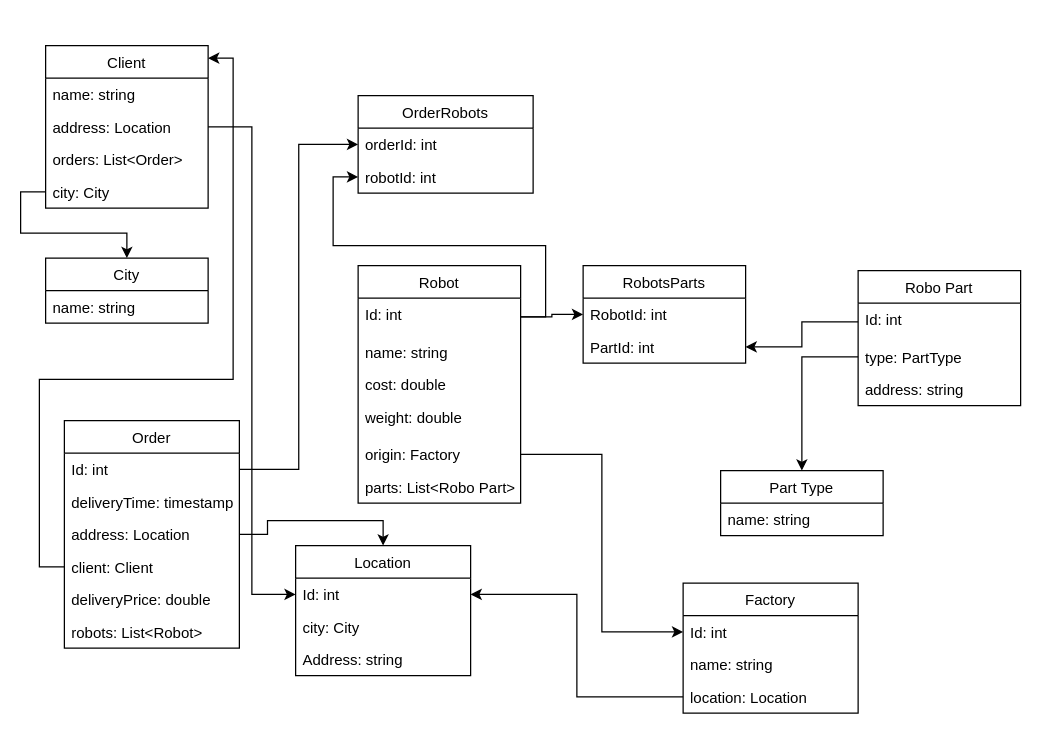
Earlier version of the draw.io diagram Entity Diagram.drawio (Bl4ck-C4t/Robot-factory). Source tidied: cells renumbered, new cells numbered last; positions are measured from the earlier drawing's top-left corner, leaving out a move shared by most shapes. Both pictures are drawn from the tidied source at 125%, with x=0, y=0 at pixel (45, 45).
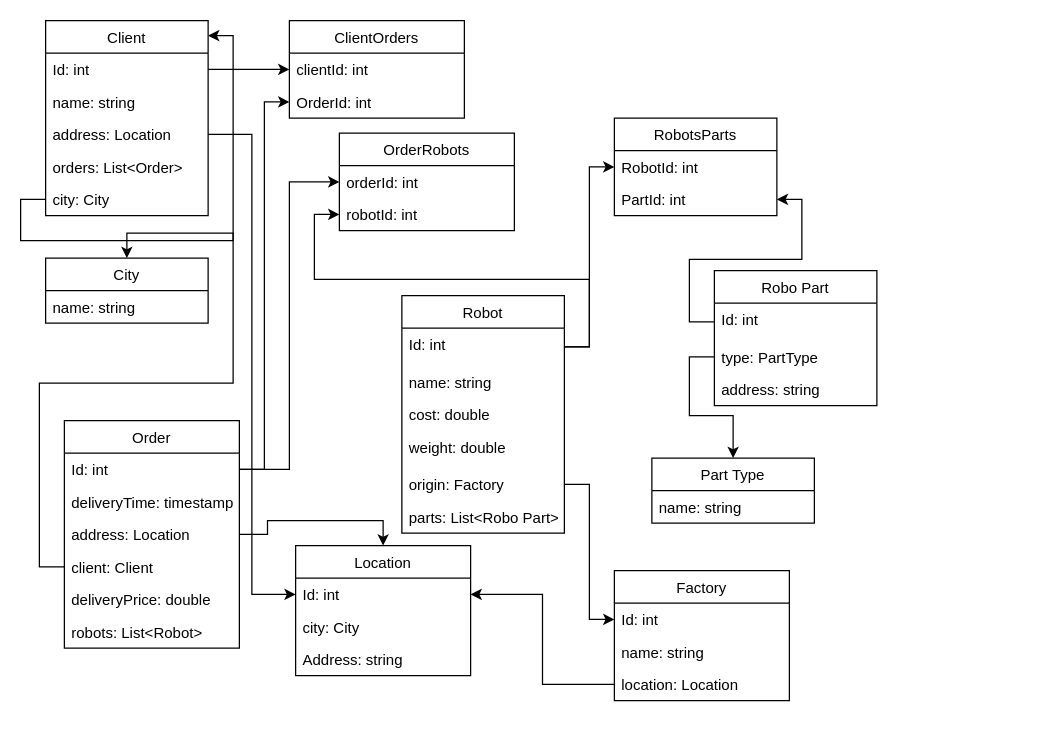
The same page after the edit.

Commit message:
Added Client Orders to diagram

The change refers to these unchanged cells:
```xml
<mxCell id="36" value="Id: int" style="text;strokeColor=none;fillColor=none;align=left;verticalAlign=top;spacingLeft=4;spacingRight=4;overflow=hidden;points=[[0,0.5],[1,0.5]];portConstraint=eastwest;" parent="35" vertex="1">
  <mxGeometry y="26" width="140" height="26" as="geometry" />
</mxCell>
```

What changed in the source:
```diff
@@
     <mxCell id="2" value="Robo Part" style="swimlane;fontStyle=0;horizontal=1;startSize=26;fillColor=none;" parent="1" vertex="1">
-      <mxGeometry x="650" y="180" width="130" height="108" as="geometry" />
+      <mxGeometry x="535" y="180" width="130" height="108" as="geometry" />
     </mxCell>
@@
     <mxCell id="6" value="Robot" style="swimlane;fontStyle=0;horizontal=1;startSize=26;fillColor=none;" parent="1" vertex="1">
-      <mxGeometry x="250" y="176" width="130" height="190" as="geometry" />
+      <mxGeometry x="285" y="200" width="130" height="190" as="geometry" />
     </mxCell>
@@
     <mxCell id="13" value="Client" style="swimlane;fontStyle=0;horizontal=1;startSize=26;fillColor=none;" parent="1" vertex="1">
-      <mxGeometry width="130" height="130" as="geometry" />
+      <mxGeometry y="-20" width="130" height="156" as="geometry" />
     </mxCell>
+    <mxCell id="54" value="Id: int" style="text;strokeColor=none;fillColor=none;align=left;verticalAlign=top;spacingLeft=4;spacingRight=4;overflow=hidden;points=[[0,0.5],[1,0.5]];portConstraint=eastwest;" parent="13" vertex="1">
+      <mxGeometry y="26" width="130" height="26" as="geometry" />
+    </mxCell>
     <mxCell id="14" value="name: string&#10;" style="text;strokeColor=none;fillColor=none;align=left;verticalAlign=top;spacingLeft=4;spacingRight=4;overflow=hidden;" parent="13" vertex="1">
-      <mxGeometry y="26" width="130" height="26" as="geometry" />
+      <mxGeometry y="52" width="130" height="26" as="geometry" />
     </mxCell>
     <mxCell id="15" value="address: Location" style="text;strokeColor=none;fillColor=none;align=left;verticalAlign=top;spacingLeft=4;spacingRight=4;overflow=hidden;points=[[0,0.5],[1,0.5]];portConstraint=eastwest;" parent="13" vertex="1">
-      <mxGeometry y="52" width="130" height="26" as="geometry" />
+      <mxGeometry y="78" width="130" height="26" as="geometry" />
     </mxCell>
     <mxCell id="16" value="orders: List&lt;Order&gt;" style="text;strokeColor=none;fillColor=none;align=left;verticalAlign=top;spacingLeft=4;spacingRight=4;overflow=hidden;" parent="13" vertex="1">
-      <mxGeometry y="78" width="130" height="26" as="geometry" />
+      <mxGeometry y="104" width="130" height="26" as="geometry" />
     </mxCell>
     <mxCell id="17" value="city: City" style="text;strokeColor=none;fillColor=none;align=left;verticalAlign=top;spacingLeft=4;spacingRight=4;overflow=hidden;points=[[0,0.5],[1,0.5]];portConstraint=eastwest;" parent="13" vertex="1">
-      <mxGeometry y="104" width="130" height="26" as="geometry" />
+      <mxGeometry y="130" width="130" height="26" as="geometry" />
     </mxCell>
     <mxCell id="18" value="Part Type" style="swimlane;fontStyle=0;horizontal=1;startSize=26;fillColor=none;" parent="1" vertex="1">
-      <mxGeometry x="540" y="340" width="130" height="52" as="geometry" />
+      <mxGeometry x="485" y="330" width="130" height="52" as="geometry" />
     </mxCell>
@@
     <mxCell id="21" value="RobotsParts" style="swimlane;fontStyle=0;horizontal=1;startSize=26;fillColor=none;" parent="1" vertex="1">
-      <mxGeometry x="430" y="176" width="130" height="78" as="geometry" />
+      <mxGeometry x="455" y="58" width="130" height="78" as="geometry" />
     </mxCell>
@@
     <mxCell id="32" value="OrderRobots" style="swimlane;fontStyle=0;horizontal=1;startSize=26;fillColor=none;" parent="1" vertex="1">
-      <mxGeometry x="250" y="40" width="140" height="78" as="geometry" />
+      <mxGeometry x="235" y="70" width="140" height="78" as="geometry" />
     </mxCell>
@@
     <mxCell id="47" value="Factory" style="swimlane;fontStyle=0;horizontal=1;startSize=26;fillColor=none;" parent="1" vertex="1">
-      <mxGeometry x="510" y="430" width="140" height="104" as="geometry" />
+      <mxGeometry x="455" y="420" width="140" height="104" as="geometry" />
     </mxCell>
@@
+    <mxCell id="55" value="ClientOrders" style="swimlane;fontStyle=0;horizontal=1;startSize=26;fillColor=none;" parent="1" vertex="1">
+      <mxGeometry x="195" y="-20" width="140" height="78" as="geometry" />
+    </mxCell>
+    <mxCell id="56" value="clientId: int" style="text;strokeColor=none;fillColor=none;align=left;verticalAlign=top;spacingLeft=4;spacingRight=4;overflow=hidden;points=[[0,0.5],[1,0.5]];portConstraint=eastwest;" parent="55" vertex="1">
+      <mxGeometry y="26" width="140" height="26" as="geometry" />
+    </mxCell>
+    <mxCell id="57" value="OrderId: int" style="text;strokeColor=none;fillColor=none;align=left;verticalAlign=top;spacingLeft=4;spacingRight=4;overflow=hidden;points=[[0,0.5],[1,0.5]];portConstraint=eastwest;" parent="55" vertex="1">
+      <mxGeometry y="52" width="140" height="26" as="geometry" />
+    </mxCell>
+    <mxCell id="58" style="edgeStyle=orthogonalEdgeStyle;rounded=0;jettySize=auto;html=1;exitX=1;exitY=0.5;exitDx=0;exitDy=0;entryX=0;entryY=0.5;entryDx=0;entryDy=0;" parent="1" edge="1" source="54" target="56">
+      <mxGeometry relative="1" as="geometry" />
+    </mxCell>
+    <mxCell id="59" style="edgeStyle=orthogonalEdgeStyle;rounded=0;jettySize=auto;html=1;exitX=1;exitY=0.5;exitDx=0;exitDy=0;entryX=0;entryY=0.5;entryDx=0;entryDy=0;" parent="1" edge="1" source="36" target="57">
+      <mxGeometry relative="1" as="geometry" />
+    </mxCell>
```
